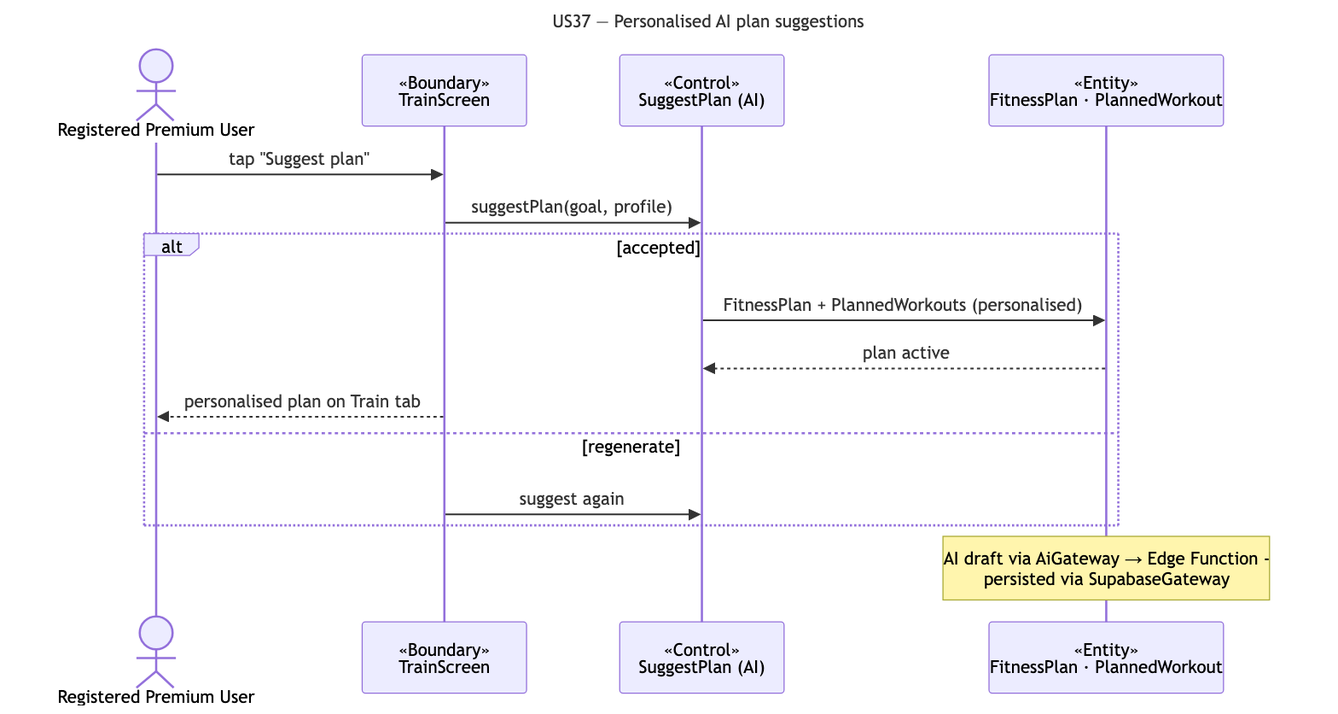
Before: docs/deliverables/sequence-diagrams/US37-personal-ai-plan.png, a diagram exported from Mermaid (cyuanjun/FYP-26-S2-37-app). Its source is kept beside it as docs/deliverables/sequence-diagrams/src/US37-personal-ai-plan.mmd.
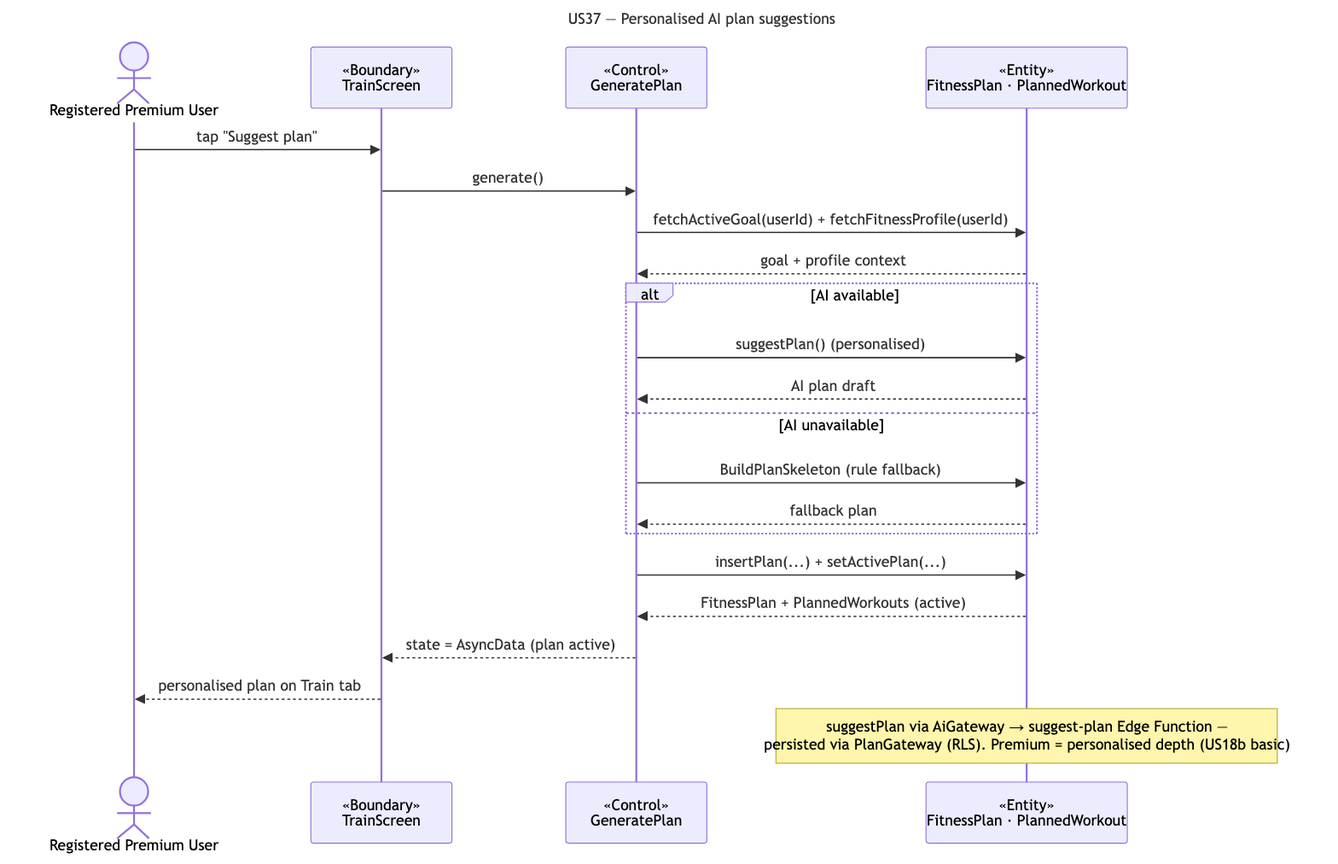
After the change.

What changed in the source:
```diff
@@ -4,15 +4,21 @@
 sequenceDiagram
   actor A as Registered Premium User
   participant B as «Boundary»<br/>TrainScreen
-  participant C as «Control»<br/>SuggestPlan (AI)
+  participant C as «Control»<br/>GeneratePlan
   participant E as «Entity»<br/>FitnessPlan · PlannedWorkout
   A->>B: tap "Suggest plan"
-  B->>C: suggestPlan(goal, profile)
-  alt accepted
-    C->>E: FitnessPlan + PlannedWorkouts (personalised)
-    E-->>C: plan active
-    B-->>A: personalised plan on Train tab
-  else regenerate
-    B->>C: suggest again
+  B->>C: generate()
+  C->>E: fetchActiveGoal(userId) + fetchFitnessProfile(userId)
+  E-->>C: goal + profile context
+  alt AI available
+    C->>E: suggestPlan() (personalised)
+    E-->>C: AI plan draft
+  else AI unavailable
+    C->>E: BuildPlanSkeleton (rule fallback)
+    E-->>C: fallback plan
   end
-  note over E: AI draft via AiGateway → Edge Function -<br/>persisted via SupabaseGateway
+  C->>E: insertPlan(...) + setActivePlan(...)
+  E-->>C: FitnessPlan + PlannedWorkouts (active)
+  C-->>B: state = AsyncData (plan active)
+  B-->>A: personalised plan on Train tab
+  note over E: suggestPlan via AiGateway → suggest-plan Edge Function —<br/>persisted via PlanGateway (RLS). Premium = personalised depth (US18b basic)
```
